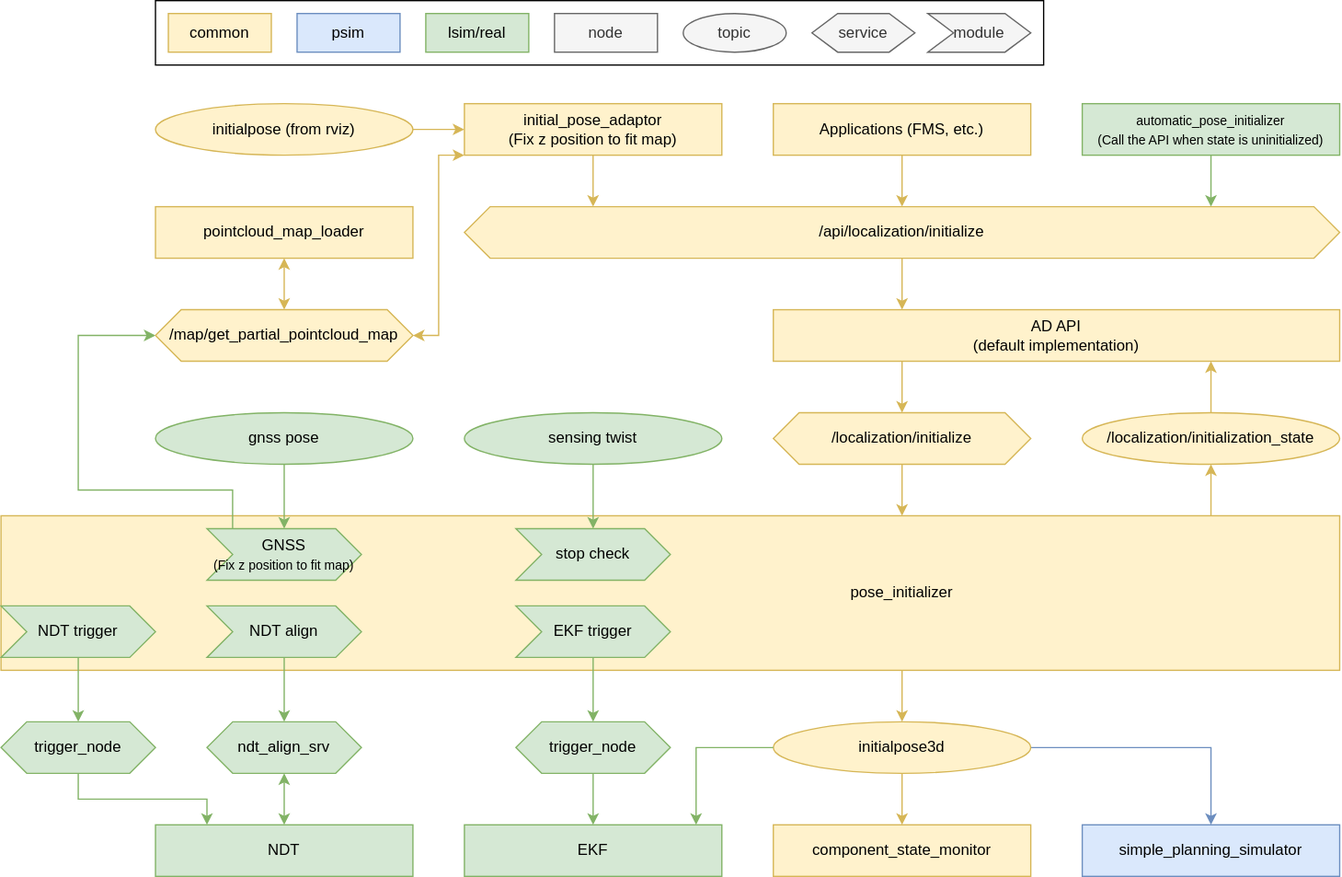
Before: api/autoware_default_adapi/document/images/localization.drawio.svg, a diagram exported from draw.io (autowarefoundation/autoware_core). Source tidied: cells renumbered, new cells last; positions are measured from the earlier drawing's top-left corner, leaving out a move shared by most shapes.
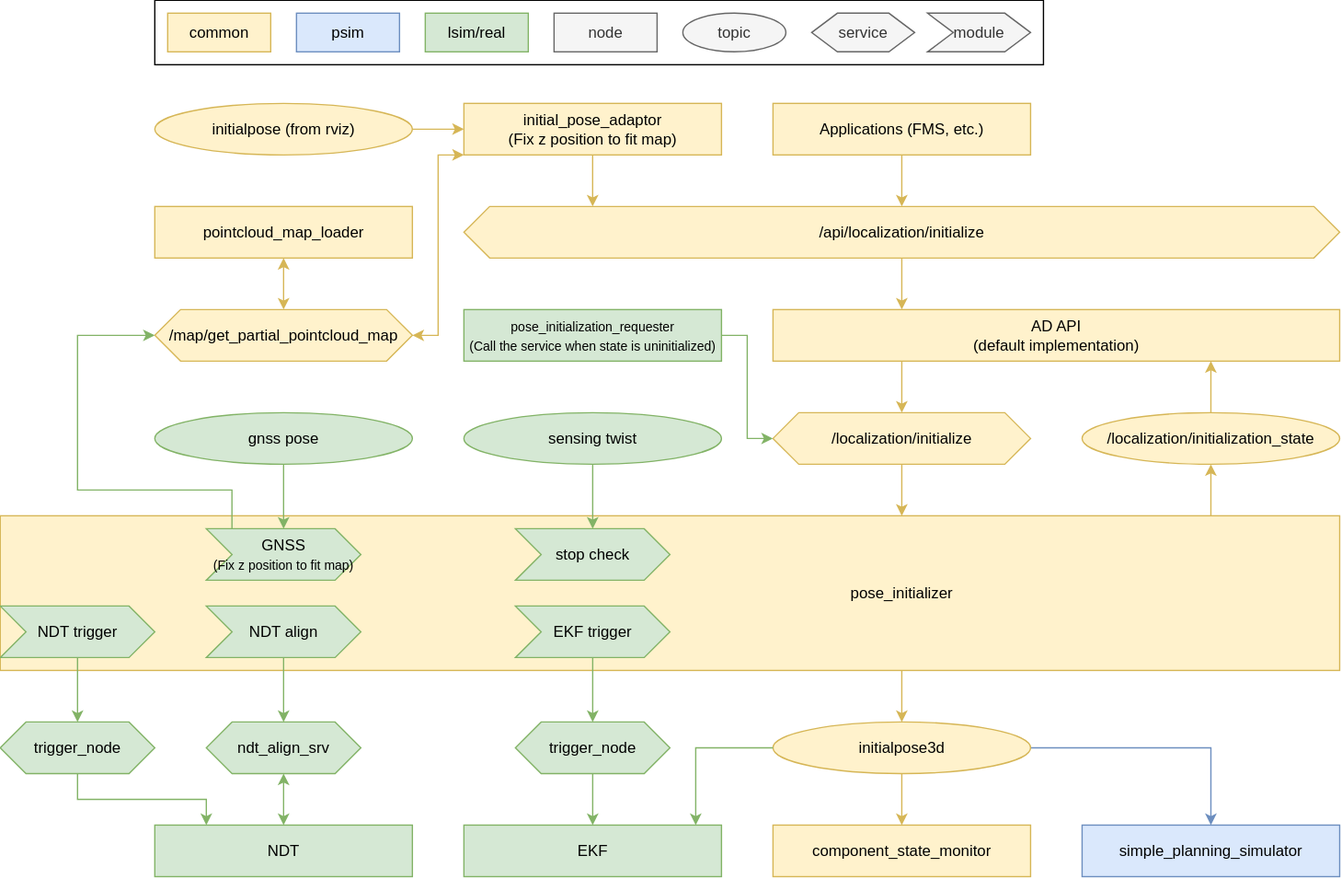
After the change.

Commit message:
reflect pose_initialization_requester

Diff of the diagram source:
```diff
@@ -154,16 +154,16 @@
     <mxCell id="36" value="gnss pose" style="ellipse;whiteSpace=wrap;html=1;fontSize=12;fillColor=#d5e8d4;strokeColor=#82b366;" parent="1" vertex="1">
       <mxGeometry x="120" y="320" width="200" height="40" as="geometry" />
     </mxCell>
-    <mxCell id="37" style="edgeStyle=orthogonalEdgeStyle;rounded=0;jettySize=auto;html=1;fillColor=#d5e8d4;strokeColor=#82b366;" parent="1" edge="1" source="38" target="8">
-      <mxGeometry relative="1" as="geometry">
-        <Array as="points">
-          <mxPoint x="940" y="160" />
-          <mxPoint x="940" y="160" />
-        </Array>
-      </mxGeometry>
-    </mxCell>
+    <mxCell id="61" style="edgeStyle=orthogonalEdgeStyle;html=1;rounded=0;curved=0;fillColor=#d5e8d4;strokeColor=#82b366;" parent="1" edge="1" source="38" target="13">
+      <mxGeometry relative="1" as="geometry">
+        <Array as="points">
+          <mxPoint x="580" y="260" />
+          <mxPoint x="580" y="340" />
+        </Array>
+      </mxGeometry>
+    </mxCell>
-    <mxCell id="38" value="&lt;span style=&quot;font-size: 10px&quot;&gt;automatic_pose_initializer&lt;/span&gt;&lt;br style=&quot;font-size: 10px&quot;&gt;&lt;span style=&quot;font-size: 10px&quot;&gt;(Call the API when state is uninitialized)&lt;/span&gt;" style="rounded=0;whiteSpace=wrap;html=1;fillColor=#d5e8d4;strokeColor=#82b366;" parent="1" vertex="1">
-      <mxGeometry x="840" y="80" width="200" height="40" as="geometry" />
+    <mxCell id="38" value="&lt;span style=&quot;font-size: 10px;&quot;&gt;pose_initialization_requester&lt;/span&gt;&lt;br style=&quot;font-size: 10px&quot;&gt;&lt;span style=&quot;font-size: 10px&quot;&gt;(Call the service when state is uninitialized)&lt;/span&gt;" style="rounded=0;whiteSpace=wrap;html=1;fillColor=#d5e8d4;strokeColor=#82b366;" parent="1" vertex="1">
+      <mxGeometry x="360" y="240" width="200" height="40" as="geometry" />
     </mxCell>
     <mxCell id="39" style="edgeStyle=orthogonalEdgeStyle;rounded=0;jettySize=auto;html=1;fontSize=12;startArrow=none;startFill=0;fillColor=#fff2cc;strokeColor=#d6b656;" parent="1" edge="1" source="40" target="31">
       <mxGeometry relative="1" as="geometry" />
```
